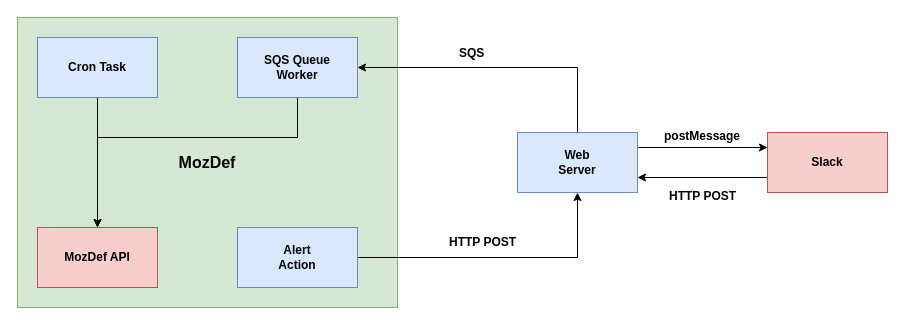
Earlier version of the draw.io diagram docs/diagrams/bot_architecture.drawio (mozilla/MozDef-Triage-Bot). Source tidied: cells renumbered, new cells numbered last; positions are measured from the earlier drawing's top-left corner, leaving out a move shared by most shapes. Both pictures are drawn from the tidied source at 100%, with x=0, y=0 at pixel (17, 17).
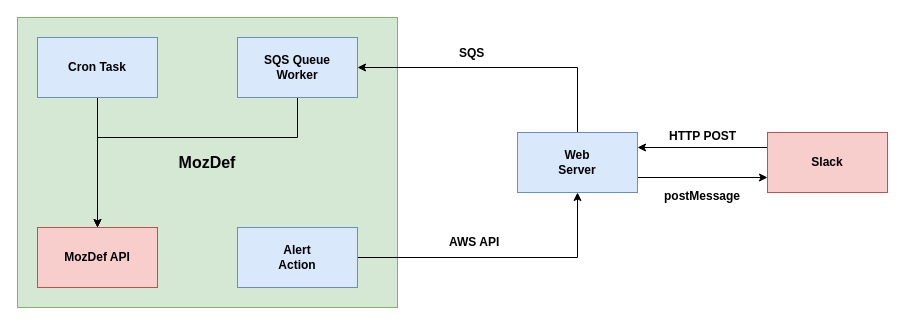
The same page after the edit.

Commit message (it also covers changes not shown here):
The Alert Action will reach the web server component by invoking the AWS API, not via an HTTP request

The change refers to these unchanged cells:
```xml
<mxCell id="6" value="Web&lt;br&gt;Server" style="rounded=0;whiteSpace=wrap;html=1;fillColor=#dae8fc;strokeColor=#6c8ebf;fontStyle=1;" parent="1" vertex="1">
  <mxGeometry x="500" y="115" width="120" height="60" as="geometry" />
</mxCell>
<mxCell id="8" value="Slack" style="rounded=0;whiteSpace=wrap;html=1;fillColor=#f8cecc;strokeColor=#b85450;fontStyle=1;" parent="1" vertex="1">
  <mxGeometry x="750" y="115" width="120" height="60" as="geometry" />
</mxCell>
```

Change to the diagram source:
```diff
@@
-    <mxCell id="5" style="edgeStyle=orthogonalEdgeStyle;rounded=0;jettySize=auto;html=1;exitX=1;exitY=0.25;exitDx=0;exitDy=0;entryX=0;entryY=0.25;entryDx=0;entryDy=0;startArrow=none;startFill=0;fontSize=16;" parent="1" edge="1" source="6" target="8">
+    <mxCell id="5" style="edgeStyle=orthogonalEdgeStyle;rounded=0;jettySize=auto;html=1;exitX=1;exitY=0.75;exitDx=0;exitDy=0;entryX=0;entryY=0.75;entryDx=0;entryDy=0;" parent="1" edge="1" source="6" target="8">
       <mxGeometry relative="1" as="geometry" />
     </mxCell>
@@
-    <mxCell id="7" style="edgeStyle=orthogonalEdgeStyle;rounded=0;jettySize=auto;html=1;exitX=0;exitY=0.75;exitDx=0;exitDy=0;entryX=1;entryY=0.75;entryDx=0;entryDy=0;startArrow=none;startFill=0;fontSize=16;" parent="1" edge="1" source="8" target="6">
+    <mxCell id="7" style="edgeStyle=orthogonalEdgeStyle;rounded=0;jettySize=auto;html=1;exitX=0;exitY=0.25;exitDx=0;exitDy=0;entryX=1;entryY=0.25;entryDx=0;entryDy=0;" parent="1" edge="1" source="8" target="6">
       <mxGeometry relative="1" as="geometry" />
     </mxCell>
@@
-    <mxCell id="15" value="&lt;b&gt;HTTP POST&lt;/b&gt;" style="text;html=1;align=left;verticalAlign=top;spacingTop=-4;" parent="1" vertex="1">
-      <mxGeometry x="430" y="215" width="80" height="20" as="geometry" />
+    <mxCell id="15" value="AWS API" style="text;html=1;align=left;verticalAlign=top;spacingTop=-4;fontStyle=1;" parent="1" vertex="1">
+      <mxGeometry x="430" y="215" width="70" height="20" as="geometry" />
     </mxCell>
     <mxCell id="16" value="&lt;font style=&quot;font-size: 12px&quot;&gt;postMessage&lt;/font&gt;" style="text;html=1;align=left;verticalAlign=top;spacingTop=-4;fontSize=16;strokeWidth=12;fontStyle=1;" parent="1" vertex="1">
-      <mxGeometry x="645" y="105" width="90" height="20" as="geometry" />
+      <mxGeometry x="645" y="165" width="90" height="20" as="geometry" />
     </mxCell>
     <mxCell id="17" value="&lt;font style=&quot;font-size: 12px&quot;&gt;HTTP POST&lt;br&gt;&lt;/font&gt;" style="text;html=1;align=left;verticalAlign=top;spacingTop=-4;fontSize=16;fontStyle=1;" parent="1" vertex="1">
-      <mxGeometry x="650" y="165" width="80" height="20" as="geometry" />
+      <mxGeometry x="650" y="105" width="80" height="20" as="geometry" />
     </mxCell>
```
